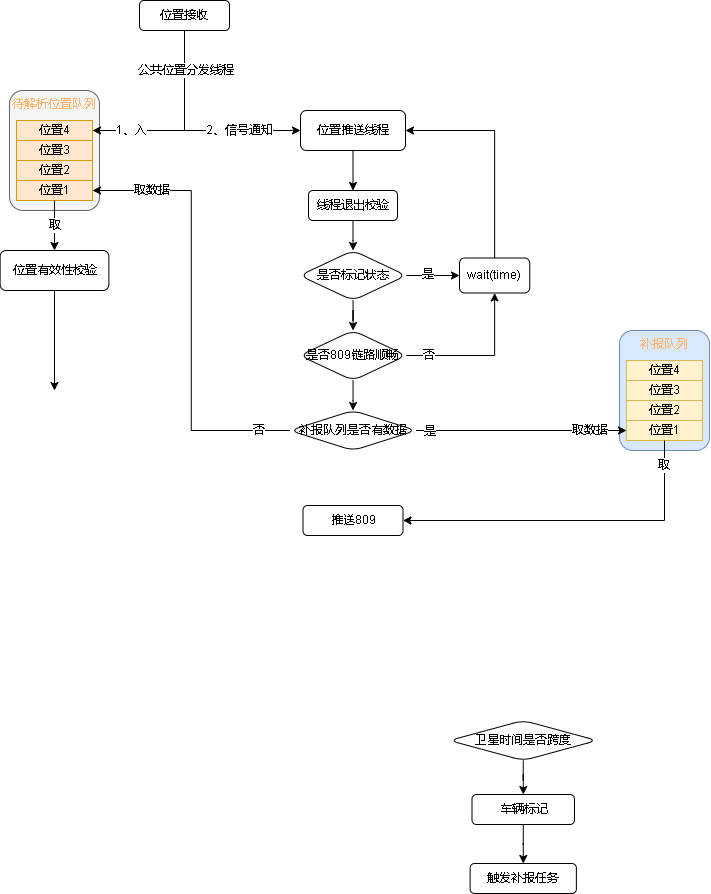
Earlier version of the draw.io export 809数据跨度.drawio.png (xktder/draw). Source tidied: cells renumbered, new cells last; positions are measured from the earlier drawing's top-left corner, leaving out a move shared by most shapes.
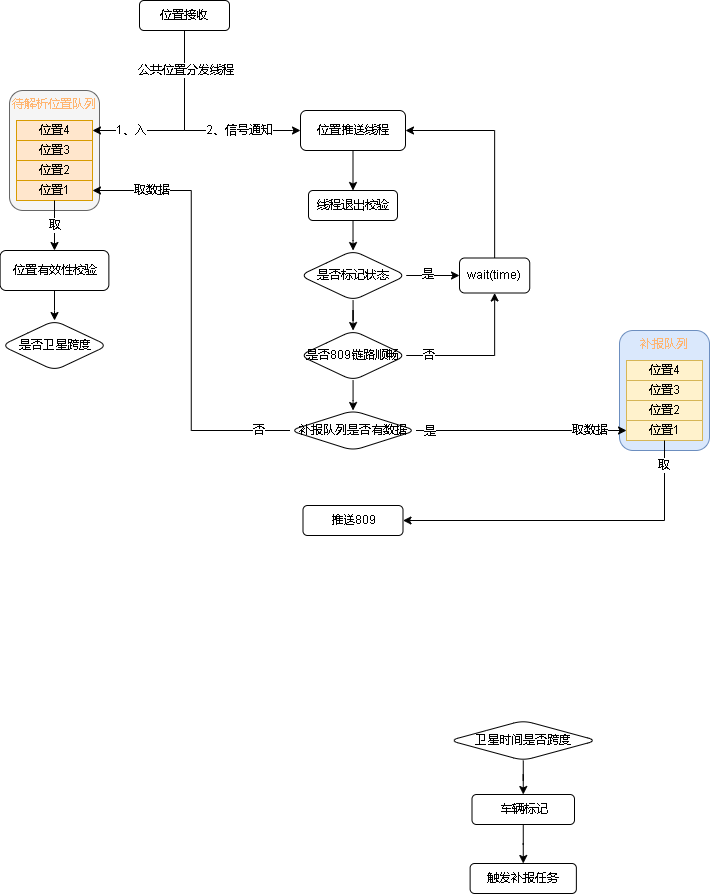
Later version of the same file.

Commit message:
更新809数据跨度.drawio.png

What changed in the source:
```diff
@@ -90,10 +90,8 @@
         <mxPoint y="6" as="offset" />
       </mxGeometry>
     </mxCell>
-    <mxCell id="27" style="edgeStyle=orthogonalEdgeStyle;rounded=0;jettySize=auto;html=1;fontColor=#000000;" parent="1" edge="1" source="28">
-      <mxGeometry relative="1" as="geometry">
-        <mxPoint x="54" y="390" as="targetPoint" />
-      </mxGeometry>
+    <mxCell id="27" style="edgeStyle=orthogonalEdgeStyle;rounded=0;jettySize=auto;html=1;fontColor=#000000;" parent="1" edge="1" source="28" target="53">
+      <mxGeometry relative="1" as="geometry" />
     </mxCell>
     <mxCell id="28" value="位置有效性校验" style="rounded=1;whiteSpace=wrap;html=1;fontFamily=Helvetica;fontSize=12;fontColor=default;align=center;strokeColor=default;fillColor=default;" parent="1" vertex="1">
       <mxGeometry x="-0.4" y="250" width="108.8" height="40" as="geometry" />
@@ -184,5 +182,8 @@
     <mxCell id="52" value="推送809" style="rounded=1;whiteSpace=wrap;html=1;fontColor=#000000;" parent="1" vertex="1">
       <mxGeometry x="302.5" y="505" width="100" height="30" as="geometry" />
     </mxCell>
+    <mxCell id="53" value="是否卫星跨度" style="rhombus;whiteSpace=wrap;html=1;fontColor=#000000;rounded=1;" parent="1" vertex="1">
+      <mxGeometry x="0.8" y="320" width="106.5" height="50" as="geometry" />
+    </mxCell>
   </root>
 </mxGraphModel>
```
